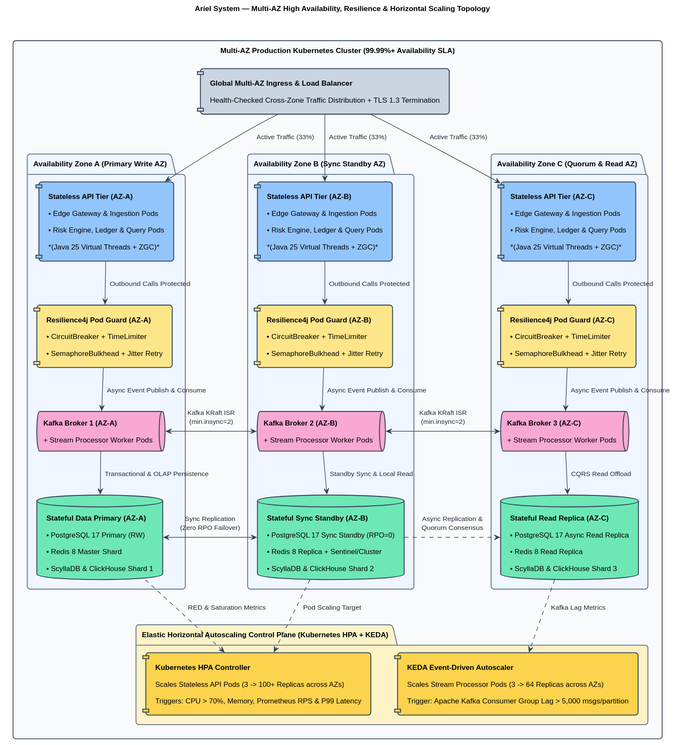
Before: docs/architecture/scaling-resilience-topology.svg, a diagram exported from PlantUML (linhtch90/ariel-system).
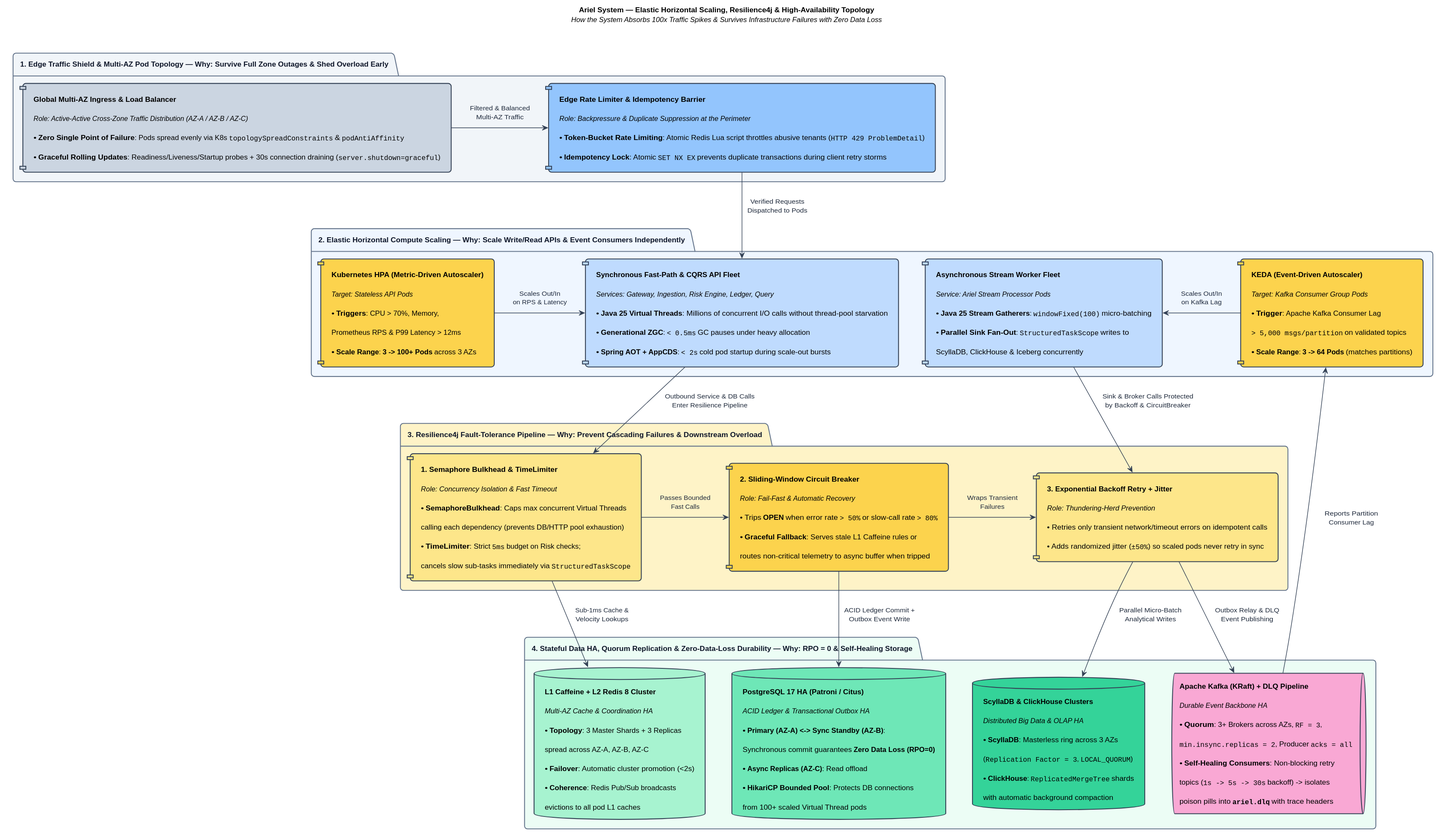
Above is the later version.

Commit message:
Improve scaling-resilience-topology and system-architecture diagrams: remove repetition, add detailed service roles/features, zero arrow crossings

The edit, as a diff of the source:
```diff
@@ -9,71 +9,71 @@
 skinparam ArrowFontColor #1E293B
 skinparam ArrowFontSize 11
 skinparam PackageBorderColor #64748B
-skinparam RectangleBorderColor #475569
+skinparam PackageFontColor #0F172A
+skinparam PackageFontStyle bold
 skinparam ComponentBorderColor #334155
 skinparam DatabaseBorderColor #334155
 skinparam QueueBorderColor #334155
 skinparam nodesep 45
-skinparam ranksep 45
-skinparam padding 6
+skinparam ranksep 55
+skinparam padding 8
 
-title **Ariel System — Multi-AZ High Availability, Resilience & Horizontal Scaling Topology**\n
+title **Ariel System — Elastic Horizontal Scaling, Resilience4j & High-Availability Topology**\n//How the System Absorbs 100x Traffic Spikes & Survives Infrastructure Failures with Zero Data Loss//\n
 
-rectangle "Multi-AZ Production Kubernetes Cluster (99.99%+ Availability SLA)" as Cluster #F8FAFC {
-
-    component "**Global Multi-AZ Ingress & Load Balancer**\nHealth-Checked Cross-Zone Traffic Distribution + TLS 1.3 Termination" as GlobalLB #CBD5E1
-
-    package "Availability Zone A (Primary Write AZ)" as AZA #EFF6FF {
-        component "**Stateless API Tier (AZ-A)**\n• Edge Gateway & Ingestion Pods\n• Risk Engine, Ledger & Query Pods\n*(Java 25 Virtual Threads + ZGC)*" as ComputeA #93C5FD
-        component "**Resilience4j Pod Guard (AZ-A)**\n• CircuitBreaker + TimeLimiter\n• SemaphoreBulkhead + Jitter Retry" as ResA #FDE68A
-        queue "**Kafka Broker 1 (AZ-A)**\n+ Stream Processor Worker Pods" as KafkaA #F9A8D4
-        database "**Stateful Data Primary (AZ-A)**\n• PostgreSQL 17 Primary (RW)\n• Redis 8 Master Shard\n• ScyllaDB & ClickHouse Shard 1" as DataA #6EE7B7
-
-        ComputeA -down-> ResA : Outbound Calls Protected
-        ResA -down-> KafkaA : Async Event Publish & Consume
-        KafkaA -down-> DataA : Transactional & OLAP Persistence
-    }
-
-    package "Availability Zone B (Sync Standby AZ)" as AZB #EFF6FF {
-        component "**Stateless API Tier (AZ-B)**\n• Edge Gateway & Ingestion Pods\n• Risk Engine, Ledger & Query Pods\n*(Java 25 Virtual Threads + ZGC)*" as ComputeB #93C5FD
-        component "**Resilience4j Pod Guard (AZ-B)**\n• CircuitBreaker + TimeLimiter\n• SemaphoreBulkhead + Jitter Retry" as ResB #FDE68A
-        queue "**Kafka Broker 2 (AZ-B)**\n+ Stream Processor Worker Pods" as KafkaB #F9A8D4
-        database "**Stateful Sync Standby (AZ-B)**\n• PostgreSQL 17 Sync Standby (RPO=0)\n• Redis 8 Replica + Sentinel/Cluster\n• ScyllaDB & ClickHouse Shard 2" as DataB #6EE7B7
-
-        ComputeB -down-> ResB : Outbound Calls Protected
-        ResB -down-> KafkaB : Async Event Publish & Consume
-        KafkaB -down-> DataB : Standby Sync & Local Read
-    }
-
-    package "Availability Zone C (Quorum & Read AZ)" as AZC #EFF6FF {
-        component "**Stateless API Tier (AZ-C)**\n• Edge Gateway & Ingestion Pods\n• Risk Engine, Ledger & Query Pods\n*(Java 25 Virtual Threads + ZGC)*" as ComputeC #93C5FD
-        component "**Resilience4j Pod Guard (AZ-C)**\n• CircuitBreaker + TimeLimiter\n• SemaphoreBulkhead + Jitter Retry" as ResC #FDE68A
-        queue "**Kafka Broker 3 (AZ-C)**\n+ Stream Processor Worker Pods" as KafkaC #F9A8D4
-        database "**Stateful Read Replica (AZ-C)**\n• PostgreSQL 17 Async Read Replica\n• Redis 8 Read Replica\n• ScyllaDB & ClickHouse Shard 3" as DataC #6EE7B7
-
-        ComputeC -down-> ResC : Outbound Calls Protected
-        ResC -down-> KafkaC : Async Event Publish & Consume
-        KafkaC -down-> DataC : CQRS Read Offload
-    }
-
-    package "Elastic Horizontal Autoscaling Control Plane (Kubernetes HPA + KEDA)" as ScalePlane #FEF3C7 {
-        component "**Kubernetes HPA Controller**\nScales Stateless API Pods (3 -> 100+ Replicas across AZs)\nTriggers: CPU > 70%, Memory, Prometheus RPS & P99 Latency" as HPA #FCD34D
-        component "**KEDA Event-Driven Autoscaler**\nScales Stream Processor Pods (3 -> 64 Replicas across AZs)\nTrigger: Apache Kafka Consumer Group Lag > 5,000 msgs/partition" as KEDA #FCD34D
-    }
-
-    GlobalLB -down-> ComputeA : Active Traffic (33%)
-    GlobalLB -down-> ComputeB : Active Traffic (33%)
-    GlobalLB -down-> ComputeC : Active Traffic (33%)
-
-    KafkaA <-right-> KafkaB : Kafka KRaft ISR\n(min.insync=2)
-    KafkaB <-right-> KafkaC : Kafka KRaft ISR\n(min.insync=2)
-
-    DataA <-right-> DataB : Sync Replication\n(Zero RPO Failover)
-    DataB .right.> DataC : Async Replication &\nQuorum Consensus
-
-    DataA .down.> HPA : RED & Saturation Metrics
-    DataB .down.> HPA : Pod Scaling Target
-    DataC .down.> KEDA : Kafka Lag Metrics
+package "1. Edge Traffic Shield & Multi-AZ Pod Topology — Why: Survive Full Zone Outages & Shed Overload Early" as Tier1 #F1F5F9 {
+    component "**Global Multi-AZ Ingress & Load Balancer**\n//Role: Active-Active Cross-Zone Traffic Distribution (AZ-A / AZ-B / AZ-C)//\n• **Zero Single Point of Failure**: Pods spread evenly via K8s ""topologySpreadConstraints"" & ""podAntiAffinity""\n• **Graceful Rolling Updates**: Readiness/Liveness/Startup probes + 30s connection draining (""server.shutdown=graceful"")" as IngressLB #CBD5E1
+    component "**Edge Rate Limiter & Idempotency Barrier**\n//Role: Backpressure & Duplicate Suppression at the Perimeter//\n• **Token-Bucket Rate Limiting**: Atomic Redis Lua script throttles abusive tenants (""HTTP 429 ProblemDetail"")\n• **Idempotency Lock**: Atomic ""SET NX EX"" prevents duplicate transactions during client retry storms" as EdgeShield #93C5FD
+    IngressLB -right-> EdgeShield : Filtered & Balanced\nMulti-AZ Traffic
 }
 
+package "2. Elastic Horizontal Compute Scaling — Why: Scale Write/Read APIs & Event Consumers Independently" as Tier2 #EFF6FF {
+    component "**Kubernetes HPA (Metric-Driven Autoscaler)**\n//Target: Stateless API Pods//\n• **Triggers**: CPU > 70%, Memory,\n  Prometheus RPS & P99 Latency > 12ms\n• **Scale Range**: **3 -> 100+ Pods** across 3 AZs" as HPA #FCD34D
+
+    component "**Synchronous Fast-Path & CQRS API Fleet**\n//Services: Gateway, Ingestion, Risk Engine, Ledger, Query//\n• **Java 25 Virtual Threads**: Millions of concurrent I/O calls without thread-pool starvation\n• **Generational ZGC**: ""< 0.5ms"" GC pauses under heavy allocation\n• **Spring AOT + AppCDS**: ""< 2s"" cold pod startup during scale-out bursts" as ApiFleet #BFDBFE
+
+    component "**Asynchronous Stream Worker Fleet**\n//Service: Ariel Stream Processor Pods//\n• **Java 25 Stream Gatherers**: ""windowFixed(100)"" micro-batching\n• **Parallel Sink Fan-Out**: ""StructuredTaskScope"" writes to\n  ScyllaDB, ClickHouse & Iceberg concurrently" as StreamFleet #BFDBFE
+
+    component "**KEDA (Event-Driven Autoscaler)**\n//Target: Kafka Consumer Group Pods//\n• **Trigger**: Apache Kafka Consumer Lag\n  ""> 5,000 msgs/partition"" on validated topics\n• **Scale Range**: **3 -> 64 Pods** (matches partitions)" as KEDA #FCD34D
+
+    HPA -right-> ApiFleet : Scales Out/In\non RPS & Latency
+    KEDA -left-> StreamFleet : Scales Out/In\non Kafka Lag
+}
+
+package "3. Resilience4j Fault-Tolerance Pipeline — Why: Prevent Cascading Failures & Downstream Overload" as Tier3 #FEF3C7 {
+    component "**1. Semaphore Bulkhead & TimeLimiter**\n//Role: Concurrency Isolation & Fast Timeout//\n• **SemaphoreBulkhead**: Caps max concurrent Virtual Threads\n  calling each dependency (prevents DB/HTTP pool exhaustion)\n• **TimeLimiter**: Strict ""5ms"" budget on Risk checks;\n  cancels slow sub-tasks immediately via ""StructuredTaskScope""" as Bulkhead #FDE68A
+
+    component "**2. Sliding-Window Circuit Breaker**\n//Role: Fail-Fast & Automatic Recovery//\n• Trips **OPEN** when error rate ""> 50%"" or slow-call rate ""> 80%""\n• **Graceful Fallback**: Serves stale L1 Caffeine rules or\n  routes non-critical telemetry to async buffer when tripped" as CircuitBreaker #FCD34D
+
+    component "**3. Exponential Backoff Retry + Jitter**\n//Role: Thundering-Herd Prevention//\n• Retries only transient network/timeout errors on idempotent calls\n• Adds randomized jitter (""±50%"") so scaled pods never retry in sync" as RetryJitter #FDE68A
+
+    Bulkhead -right-> CircuitBreaker : Passes Bounded\nFast Calls
+    CircuitBreaker -right-> RetryJitter : Wraps Transient\nFailures
+}
+
+package "4. Stateful Data HA, Quorum Replication & Zero-Data-Loss Durability — Why: RPO = 0 & Self-Healing Storage" as Tier4 #ECFDF5 {
+    database "**L1 Caffeine + L2 Redis 8 Cluster**\n//Multi-AZ Cache & Coordination HA//\n• **Topology**: 3 Master Shards + 3 Replicas\n  spread across AZ-A, AZ-B, AZ-C\n• **Failover**: Automatic cluster promotion (<2s)\n• **Coherence**: Redis Pub/Sub broadcasts\n  evictions to all pod L1 caches" as RedisHA #A7F3D0
+
+    database "**PostgreSQL 17 HA (Patroni / Citus)**\n//ACID Ledger & Transactional Outbox HA//\n• **Primary (AZ-A) <-> Sync Standby (AZ-B)**:\n  Synchronous commit guarantees **Zero Data Loss (RPO=0)**\n• **Async Replicas (AZ-C)**: Read offload\n• **HikariCP Bounded Pool**: Protects DB connections\n  from 100+ scaled Virtual Thread pods" as PostgresHA #6EE7B7
+
+    database "**ScyllaDB & ClickHouse Clusters**\n//Distributed Big Data & OLAP HA//\n• **ScyllaDB**: Masterless ring across 3 AZs\n  (""Replication Factor = 3"", ""LOCAL_QUORUM"")\n• **ClickHouse**: ""ReplicatedMergeTree"" shards\n  with automatic background compaction" as OlapHA #34D399
+
+    queue "**Apache Kafka (KRaft) + DLQ Pipeline**\n//Durable Event Backbone HA//\n• **Quorum**: 3+ Brokers across AZs, ""RF = 3"",\n  ""min.insync.replicas = 2"", Producer ""acks = all""\n• **Self-Healing Consumers**: Non-blocking retry\n  topics (""1s -> 5s -> 30s"" backoff) -> isolates\n  poison pills into **""ariel.dlq""** with trace headers" as KafkaHA #F9A8D4
+
+    RedisHA -[hidden]right-> PostgresHA
+    PostgresHA -[hidden]right-> OlapHA
+    OlapHA -[hidden]right-> KafkaHA
+}
+
+
+EdgeShield -down-> ApiFleet : Verified Requests\nDispatched to Pods
+
+ApiFleet -down-> Bulkhead : Outbound Service & DB Calls\nEnter Resilience Pipeline
+StreamFleet -down-> RetryJitter : Sink & Broker Calls Protected\nby Backoff & CircuitBreaker
+
+Bulkhead -down-> RedisHA : Sub-1ms Cache &\nVelocity Lookups
+CircuitBreaker -down-> PostgresHA : ACID Ledger Commit +\nOutbox Event Write
+RetryJitter -down-> OlapHA : Parallel Micro-Batch\nAnalytical Writes
+RetryJitter -down-> KafkaHA : Outbox Relay & DLQ\nEvent Publishing
+KafkaHA -up-> KEDA : Reports Partition\nConsumer Lag
+
 @enduml
```
